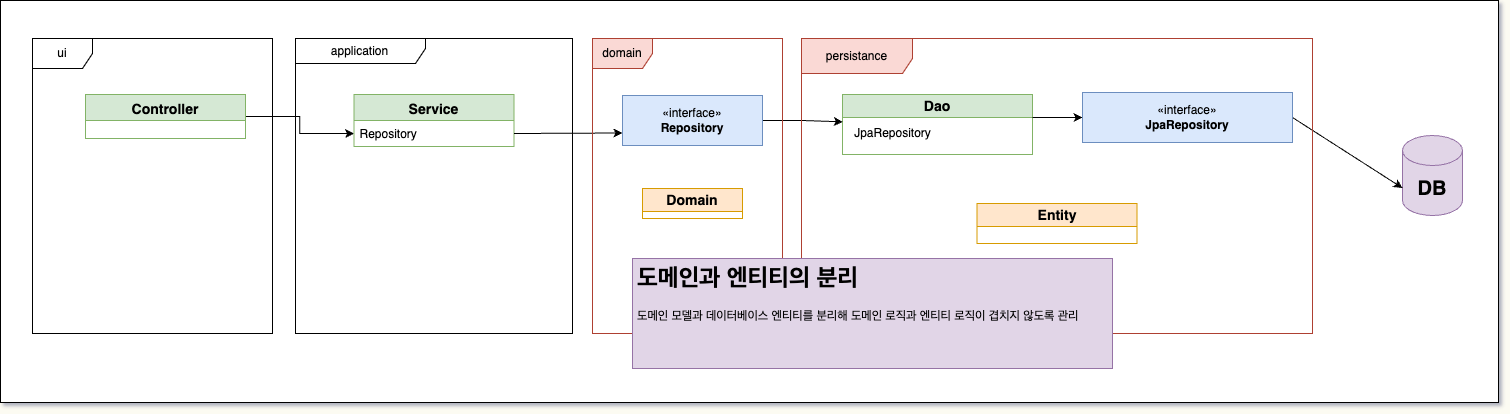
choomi1217/real-world keeps this draw.io diagram as docs/도메인과 엔티티.drawio.png. Above is the earlier version. Source tidied: cells renumbered, new cells last; positions are measured from the earlier drawing's top-left corner, leaving out a move shared by most shapes.
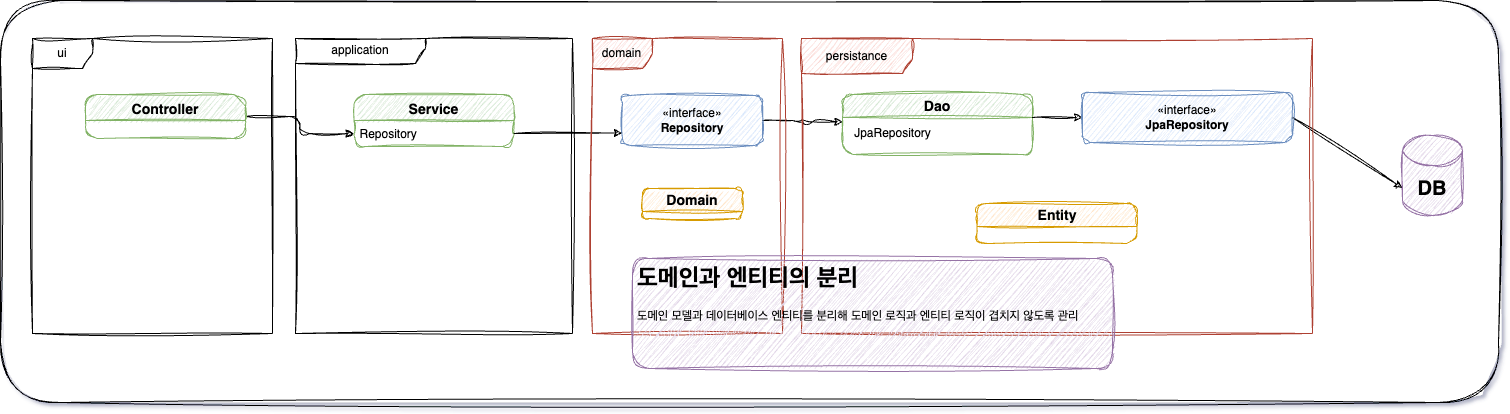
After the commit.

Commit message:
도메인과 엔티티.drawio.png 업데이트

Diff of the diagram source:
```diff
@@ -1,70 +1,70 @@
-<mxGraphModel background="#FCFBF2" shadow="1">
+<mxGraphModel shadow="1">
   <root>
     <mxCell id="0" />
     <mxCell id="1" parent="0" />
-    <mxCell id="2" style="whiteSpace=wrap;html=1;" parent="1" vertex="1">
+    <mxCell id="2" style="whiteSpace=wrap;html=1;rounded=1;sketch=1;curveFitting=1;jiggle=2;" parent="1" vertex="1">
       <mxGeometry width="1498" height="402" as="geometry" />
     </mxCell>
-    <mxCell id="3" style="edgeStyle=orthogonalEdgeStyle;rounded=0;jettySize=auto;html=1;entryX=0;entryY=0.5;entryDx=0;entryDy=0;" parent="1" edge="1" source="4" target="6">
+    <mxCell id="3" style="edgeStyle=orthogonalEdgeStyle;rounded=1;jettySize=auto;html=1;entryX=0;entryY=0.5;entryDx=0;entryDy=0;sketch=1;curveFitting=1;jiggle=2;" parent="1" edge="1" source="4" target="6">
       <mxGeometry relative="1" as="geometry" />
     </mxCell>
-    <mxCell id="4" value="Controller" style="swimlane;fontStyle=1;align=center;verticalAlign=top;horizontal=1;startSize=26;rounded=0;shadow=0;strokeWidth=1;fontFamily=Helvetica;fontSize=14;fillColor=#d5e8d4;strokeColor=#82b366;" parent="1" vertex="1">
+    <mxCell id="4" value="Controller" style="swimlane;fontStyle=1;align=center;verticalAlign=top;horizontal=1;startSize=26;rounded=1;shadow=0;strokeWidth=1;fontFamily=Helvetica;fontSize=14;fillColor=#d5e8d4;strokeColor=#82b366;sketch=1;curveFitting=1;jiggle=2;" parent="1" vertex="1">
       <mxGeometry x="85" y="94" width="160" height="44" as="geometry" />
     </mxCell>
-    <mxCell id="5" value="Service" style="swimlane;fontStyle=1;align=center;verticalAlign=top;horizontal=1;startSize=26;rounded=0;shadow=0;strokeWidth=1;fillColor=#d5e8d4;strokeColor=#82b366;fontSize=14;" parent="1" vertex="1">
+    <mxCell id="5" value="Service" style="swimlane;fontStyle=1;align=center;verticalAlign=top;horizontal=1;startSize=26;rounded=1;shadow=0;strokeWidth=1;fillColor=#d5e8d4;strokeColor=#82b366;fontSize=14;sketch=1;curveFitting=1;jiggle=2;" parent="1" vertex="1">
       <mxGeometry x="353.5" y="94" width="160" height="52" as="geometry" />
     </mxCell>
-    <mxCell id="6" value="Repository" style="text;align=left;verticalAlign=top;spacingLeft=4;spacingRight=4;overflow=hidden;points=[[0,0.5],[1,0.5]];portConstraint=eastwest;" parent="5" vertex="1">
+    <mxCell id="6" value="Repository" style="text;align=left;verticalAlign=top;spacingLeft=4;spacingRight=4;overflow=hidden;points=[[0,0.5],[1,0.5]];portConstraint=eastwest;rounded=1;sketch=1;curveFitting=1;jiggle=2;" parent="5" vertex="1">
       <mxGeometry y="26" width="160" height="26" as="geometry" />
     </mxCell>
-    <mxCell id="7" value="&lt;font style=&quot;font-size: 14px;&quot;&gt;Domain&lt;/font&gt;" style="swimlane;whiteSpace=wrap;html=1;fillColor=#ffe6cc;strokeColor=#d79b00;startSize=23;" parent="1" vertex="1" collapsed="1">
+    <mxCell id="7" value="&lt;font style=&quot;font-size: 14px;&quot;&gt;Domain&lt;/font&gt;" style="swimlane;whiteSpace=wrap;html=1;fillColor=#ffe6cc;strokeColor=#d79b00;startSize=23;rounded=1;sketch=1;curveFitting=1;jiggle=2;" parent="1" vertex="1" collapsed="1">
       <mxGeometry x="642" y="188" width="100" height="30" as="geometry" />
     </mxCell>
-    <mxCell id="8" style="endArrow=classic;html=1;rounded=0;exitX=1;exitY=0.5;exitDx=0;exitDy=0;entryX=0;entryY=0.75;entryDx=0;entryDy=0;" parent="1" edge="1" source="6" target="15">
+    <mxCell id="8" style="endArrow=classic;html=1;rounded=1;exitX=1;exitY=0.5;exitDx=0;exitDy=0;entryX=0;entryY=0.75;entryDx=0;entryDy=0;sketch=1;curveFitting=1;jiggle=2;" parent="1" edge="1" source="6" target="15">
       <mxGeometry relative="1" as="geometry" />
     </mxCell>
-    <mxCell id="9" value="&lt;font style=&quot;font-size: 14px;&quot;&gt;Dao&lt;/font&gt;" style="swimlane;whiteSpace=wrap;html=1;fillColor=#d5e8d4;strokeColor=#82b366;" parent="1" vertex="1">
+    <mxCell id="9" value="&lt;font style=&quot;font-size: 14px;&quot;&gt;Dao&lt;/font&gt;" style="swimlane;whiteSpace=wrap;html=1;fillColor=#d5e8d4;strokeColor=#82b366;rounded=1;sketch=1;curveFitting=1;jiggle=2;" parent="1" vertex="1">
       <mxGeometry x="842" y="94" width="190" height="60" as="geometry" />
     </mxCell>
-    <mxCell id="10" value="JpaRepository" style="text;html=1;align=center;verticalAlign=middle;points=[];strokeColor=none;fillColor=none;" parent="9" vertex="1">
+    <mxCell id="10" value="JpaRepository" style="text;html=1;align=center;verticalAlign=middle;points=[];strokeColor=none;fillColor=none;rounded=1;sketch=1;curveFitting=1;jiggle=2;" parent="9" vertex="1">
       <mxGeometry y="24" width="100" height="30" as="geometry" />
     </mxCell>
-    <mxCell id="11" style="endArrow=classic;html=1;rounded=0;entryX=0;entryY=0.5;entryDx=0;entryDy=0;" parent="1" edge="1" target="16">
+    <mxCell id="11" style="endArrow=classic;html=1;rounded=1;entryX=0;entryY=0.5;entryDx=0;entryDy=0;sketch=1;curveFitting=1;jiggle=2;" parent="1" edge="1" target="16">
       <mxGeometry relative="1" as="geometry">
         <mxPoint x="1032" y="117" as="sourcePoint" />
       </mxGeometry>
     </mxCell>
-    <mxCell id="12" value="&lt;b&gt;&lt;font style=&quot;font-size: 20px;&quot;&gt;DB&lt;/font&gt;&lt;/b&gt;" style="shape=cylinder3;whiteSpace=wrap;html=1;boundedLbl=1;backgroundOutline=1;size=15;fillColor=#e1d5e7;strokeColor=#9673a6;" parent="1" vertex="1">
+    <mxCell id="12" value="&lt;b&gt;&lt;font style=&quot;font-size: 20px;&quot;&gt;DB&lt;/font&gt;&lt;/b&gt;" style="shape=cylinder3;whiteSpace=wrap;html=1;boundedLbl=1;backgroundOutline=1;size=15;fillColor=#e1d5e7;strokeColor=#9673a6;rounded=1;sketch=1;curveFitting=1;jiggle=2;" parent="1" vertex="1">
       <mxGeometry x="1402" y="135" width="60" height="80" as="geometry" />
     </mxCell>
-    <mxCell id="13" style="endArrow=classic;html=1;rounded=0;exitX=1;exitY=0.5;exitDx=0;exitDy=0;entryX=0;entryY=0;entryDx=0;entryDy=52.5;entryPerimeter=0;" parent="1" edge="1" source="16" target="12">
+    <mxCell id="13" style="endArrow=classic;html=1;rounded=1;exitX=1;exitY=0.5;exitDx=0;exitDy=0;entryX=0;entryY=0;entryDx=0;entryDy=52.5;entryPerimeter=0;sketch=1;curveFitting=1;jiggle=2;" parent="1" edge="1" source="16" target="12">
       <mxGeometry relative="1" as="geometry" />
     </mxCell>
-    <mxCell id="14" style="edgeStyle=orthogonalEdgeStyle;rounded=0;jettySize=auto;html=1;entryX=0.003;entryY=0.111;entryDx=0;entryDy=0;entryPerimeter=0;" parent="1" edge="1" source="15" target="10">
+    <mxCell id="14" style="edgeStyle=orthogonalEdgeStyle;rounded=1;jettySize=auto;html=1;entryX=0.003;entryY=0.111;entryDx=0;entryDy=0;entryPerimeter=0;sketch=1;curveFitting=1;jiggle=2;" parent="1" edge="1" source="15" target="10">
       <mxGeometry relative="1" as="geometry" />
     </mxCell>
-    <mxCell id="15" value="«interface»&lt;br&gt;&lt;b&gt;Repository&lt;/b&gt;" style="html=1;whiteSpace=wrap;fillColor=#dae8fc;strokeColor=#6c8ebf;" parent="1" vertex="1">
+    <mxCell id="15" value="«interface»&lt;br&gt;&lt;b&gt;Repository&lt;/b&gt;" style="html=1;whiteSpace=wrap;fillColor=#dae8fc;strokeColor=#6c8ebf;rounded=1;sketch=1;curveFitting=1;jiggle=2;" parent="1" vertex="1">
       <mxGeometry x="622" y="95" width="140" height="50" as="geometry" />
     </mxCell>
-    <mxCell id="16" value="«interface»&lt;br&gt;&lt;b&gt;JpaRepository&lt;/b&gt;" style="html=1;whiteSpace=wrap;fillColor=#dae8fc;strokeColor=#6c8ebf;" parent="1" vertex="1">
+    <mxCell id="16" value="«interface»&lt;br&gt;&lt;b&gt;JpaRepository&lt;/b&gt;" style="html=1;whiteSpace=wrap;fillColor=#dae8fc;strokeColor=#6c8ebf;rounded=1;sketch=1;curveFitting=1;jiggle=2;" parent="1" vertex="1">
       <mxGeometry x="1082" y="92" width="210" height="50" as="geometry" />
     </mxCell>
-    <mxCell id="17" value="ui" style="shape=umlFrame;whiteSpace=wrap;html=1;" parent="1" vertex="1">
+    <mxCell id="17" value="ui" style="shape=umlFrame;whiteSpace=wrap;html=1;rounded=1;sketch=1;curveFitting=1;jiggle=2;" parent="1" vertex="1">
       <mxGeometry x="32" y="38" width="240" height="295" as="geometry" />
     </mxCell>
-    <mxCell id="18" value="&lt;font style=&quot;font-size: 14px;&quot;&gt;Entity&lt;/font&gt;" style="swimlane;whiteSpace=wrap;html=1;fillColor=#ffe6cc;strokeColor=#d79b00;" parent="1" vertex="1">
+    <mxCell id="18" value="&lt;font style=&quot;font-size: 14px;&quot;&gt;Entity&lt;/font&gt;" style="swimlane;whiteSpace=wrap;html=1;fillColor=#ffe6cc;strokeColor=#d79b00;rounded=1;sketch=1;curveFitting=1;jiggle=2;" parent="1" vertex="1">
       <mxGeometry x="976.5" y="203" width="160" height="40" as="geometry" />
     </mxCell>
-    <mxCell id="19" value="application" style="shape=umlFrame;whiteSpace=wrap;html=1;width=130;height=25;" parent="1" vertex="1">
+    <mxCell id="19" value="application" style="shape=umlFrame;whiteSpace=wrap;html=1;width=130;height=25;rounded=1;sketch=1;curveFitting=1;jiggle=2;" parent="1" vertex="1">
       <mxGeometry x="295" y="38" width="277" height="295" as="geometry" />
     </mxCell>
-    <mxCell id="20" value="domain" style="shape=umlFrame;whiteSpace=wrap;html=1;fillColor=#fad9d5;strokeColor=#ae4132;" parent="1" vertex="1">
+    <mxCell id="20" value="domain" style="shape=umlFrame;whiteSpace=wrap;html=1;fillColor=#fad9d5;strokeColor=#ae4132;rounded=1;sketch=1;curveFitting=1;jiggle=2;" parent="1" vertex="1">
       <mxGeometry x="592" y="38" width="190" height="295" as="geometry" />
     </mxCell>
-    <mxCell id="21" value="persistance" style="shape=umlFrame;whiteSpace=wrap;html=1;width=111;height=35;fillColor=#fad9d5;strokeColor=#ae4132;" parent="1" vertex="1">
+    <mxCell id="21" value="persistance" style="shape=umlFrame;whiteSpace=wrap;html=1;width=111;height=35;fillColor=#fad9d5;strokeColor=#ae4132;rounded=1;sketch=1;curveFitting=1;jiggle=2;" parent="1" vertex="1">
       <mxGeometry x="801" y="38" width="511" height="295" as="geometry" />
     </mxCell>
-    <mxCell id="22" value="&lt;h1&gt;도메인과 엔티티의 분리&lt;/h1&gt;&lt;div&gt;도메인 모델과 데이터베이스 엔티티를 분리해 도메인 로직과 엔티티 로직이 겹치지 않도록 관리&lt;/div&gt;" style="text;html=1;spacing=5;spacingTop=-20;whiteSpace=wrap;overflow=hidden;rounded=0;fillColor=#e1d5e7;strokeColor=#9673a6;" parent="1" vertex="1">
+    <mxCell id="22" value="&lt;h1&gt;도메인과 엔티티의 분리&lt;/h1&gt;&lt;div&gt;도메인 모델과 데이터베이스 엔티티를 분리해 도메인 로직과 엔티티 로직이 겹치지 않도록 관리&lt;/div&gt;" style="text;html=1;spacing=5;spacingTop=-20;whiteSpace=wrap;overflow=hidden;rounded=1;fillColor=#e1d5e7;strokeColor=#9673a6;sketch=1;curveFitting=1;jiggle=2;" parent="1" vertex="1">
       <mxGeometry x="632" y="258" width="480" height="110" as="geometry" />
     </mxCell>
   </root>
```
